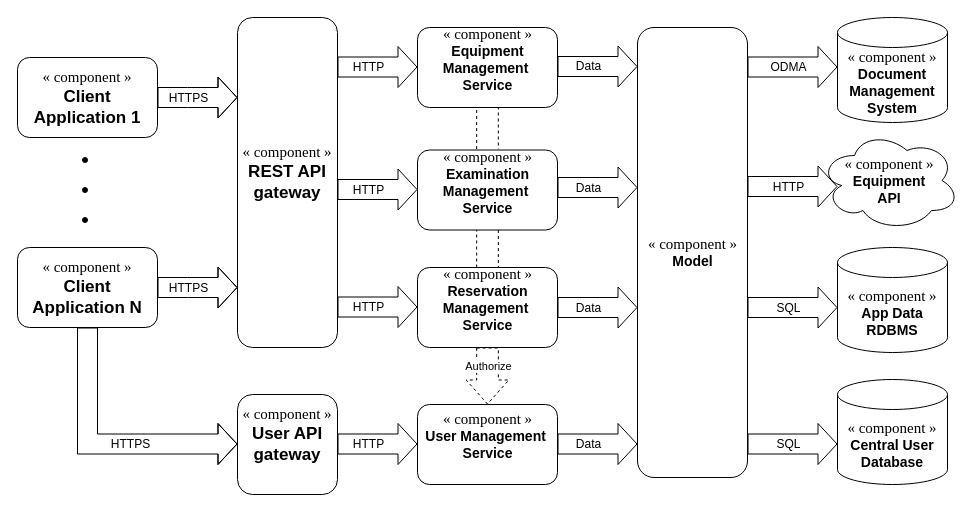
Above: img/src/CnC.drawio in patmach/DocSwArch (draw.io), before the change. Source tidied: cells renumbered, new cells numbered last; positions are measured from the earlier drawing's top-left corner, leaving out a move shared by most shapes. Both pictures are drawn from the tidied source at 100%, with x=0, y=0 at pixel (17, 17).
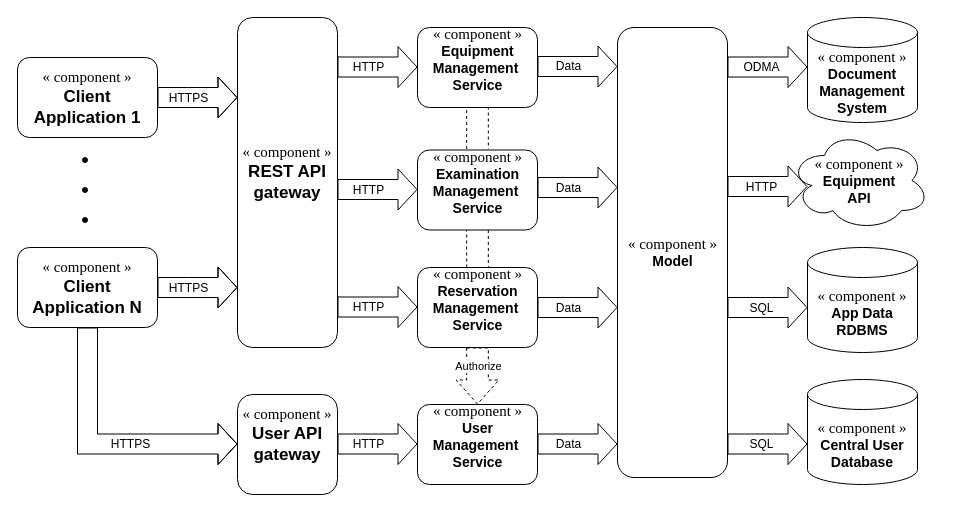
The same diagram, later.

Change to the diagram source:
```diff
@@
     <mxCell id="2" value="&lt;font face=&quot;Garamond&quot;&gt;&lt;font style=&quot;font-size: 15px&quot;&gt;«&amp;nbsp;component&amp;nbsp;»&lt;/font&gt;&lt;br&gt;&lt;/font&gt;&lt;b style=&quot;font-size: 14px&quot;&gt;Equipment&lt;br&gt;API&lt;/b&gt;" style="ellipse;shape=cloud;whiteSpace=wrap;html=1;" parent="1" vertex="1">
-      <mxGeometry x="802" y="113" width="140" height="100" as="geometry" />
+      <mxGeometry x="772" y="113" width="140" height="100" as="geometry" />
     </mxCell>
@@
     <mxCell id="18" value="&lt;font face=&quot;Garamond&quot;&gt;&lt;font style=&quot;font-size: 15px&quot;&gt;« &lt;font style=&quot;font-size: 15px&quot;&gt;component &lt;/font&gt;»&lt;/font&gt;&lt;br&gt;&lt;/font&gt;&lt;b style=&quot;font-size: 14px&quot;&gt;&lt;span&gt;Reservation&lt;br&gt;Management&amp;nbsp;&lt;/span&gt;&lt;br&gt;&lt;span&gt;Service&lt;/span&gt;&lt;br&gt;&lt;br&gt;&lt;/b&gt;" style="html=1;fontSize=12;rounded=1;" parent="1" vertex="1">
-      <mxGeometry x="400" y="250" width="140" height="80" as="geometry" />
+      <mxGeometry x="400" y="250" width="120" height="80" as="geometry" />
     </mxCell>
     <mxCell id="19" style="edgeStyle=orthogonalEdgeStyle;shape=link;rounded=0;orthogonalLoop=1;jettySize=auto;html=1;exitX=0.5;exitY=1;exitDx=0;exitDy=0;entryX=0.5;entryY=0;entryDx=0;entryDy=0;dashed=1;width=21.666666666666668;" parent="1" edge="1">
       <mxGeometry relative="1" as="geometry">
-        <mxPoint x="470" y="89" as="sourcePoint" />
-        <mxPoint x="470" y="131.5" as="targetPoint" />
+        <mxPoint x="460" y="89" as="sourcePoint" />
+        <mxPoint x="460" y="131.5" as="targetPoint" />
         <Array as="points">
           <mxPoint x="500" y="110" />
           <mxPoint x="500" y="110" />
         </Array>
       </mxGeometry>
     </mxCell>
     <mxCell id="20" value="&lt;font face=&quot;Garamond&quot;&gt;&lt;font style=&quot;font-size: 15px&quot;&gt;« &lt;font style=&quot;font-size: 15px&quot;&gt;component &lt;/font&gt;»&lt;/font&gt;&lt;br&gt;&lt;/font&gt;&lt;b style=&quot;font-size: 14px&quot;&gt;&lt;span&gt;Equipment&lt;br&gt;Management&amp;nbsp;&lt;/span&gt;&lt;br&gt;&lt;span&gt;Service&lt;/span&gt;&lt;br&gt;&lt;br&gt;&lt;/b&gt;" style="html=1;fontSize=12;rounded=1;" parent="1" vertex="1">
-      <mxGeometry x="400" y="10" width="140" height="80" as="geometry" />
+      <mxGeometry x="400" y="10" width="120" height="80" as="geometry" />
     </mxCell>
@@
     <mxCell id="28" value="&lt;font face=&quot;Garamond&quot;&gt;&lt;font style=&quot;font-size: 15px&quot;&gt;« &lt;font style=&quot;font-size: 15px&quot;&gt;component &lt;/font&gt;»&lt;/font&gt;&lt;br&gt;&lt;/font&gt;&lt;b style=&quot;font-size: 14px&quot;&gt;&lt;span&gt;Examination&lt;br&gt;Management&amp;nbsp;&lt;/span&gt;&lt;br&gt;&lt;span&gt;Service&lt;/span&gt;&lt;br&gt;&lt;br&gt;&lt;/b&gt;" style="html=1;fontSize=12;rounded=1;" parent="1" vertex="1">
-      <mxGeometry x="400" y="132.5" width="140" height="80" as="geometry" />
+      <mxGeometry x="400" y="132.5" width="120" height="80" as="geometry" />
     </mxCell>
@@
-    <mxCell id="31" value="&lt;font face=&quot;Garamond&quot;&gt;&lt;font style=&quot;font-size: 15px&quot;&gt;« &lt;font style=&quot;font-size: 15px&quot;&gt;component &lt;/font&gt;»&lt;/font&gt;&lt;br&gt;&lt;/font&gt;&lt;b style=&quot;font-size: 14px&quot;&gt;&lt;span&gt;User Management&amp;nbsp;&lt;/span&gt;&lt;br&gt;&lt;span&gt;Service&lt;/span&gt;&lt;br&gt;&lt;br&gt;&lt;/b&gt;" style="html=1;fontSize=12;rounded=1;" parent="1" vertex="1">
-      <mxGeometry x="400" y="387" width="140" height="80" as="geometry" />
+    <mxCell id="31" value="&lt;font face=&quot;Garamond&quot;&gt;&lt;font style=&quot;font-size: 15px&quot;&gt;« &lt;font style=&quot;font-size: 15px&quot;&gt;component &lt;/font&gt;»&lt;/font&gt;&lt;br&gt;&lt;/font&gt;&lt;b style=&quot;font-size: 14px&quot;&gt;&lt;span&gt;User&lt;br&gt;Management&amp;nbsp;&lt;/span&gt;&lt;br&gt;&lt;span&gt;Service&lt;/span&gt;&lt;br&gt;&lt;br&gt;&lt;/b&gt;" style="html=1;fontSize=12;rounded=1;" parent="1" vertex="1">
+      <mxGeometry x="400" y="387" width="120" height="80" as="geometry" />
     </mxCell>
@@
     <mxCell id="34" value="&lt;font face=&quot;Garamond&quot;&gt;&lt;font style=&quot;font-size: 15px&quot;&gt;«&amp;nbsp;component&amp;nbsp;»&lt;/font&gt;&lt;br&gt;&lt;/font&gt;&lt;b style=&quot;font-size: 14px&quot;&gt;Model&lt;br&gt;&lt;/b&gt;" style="html=1;fontSize=12;rounded=1;" parent="1" vertex="1">
-      <mxGeometry x="620" y="10" width="110" height="450" as="geometry" />
+      <mxGeometry x="600" y="10" width="110" height="450" as="geometry" />
     </mxCell>
     <mxCell id="35" style="edgeStyle=orthogonalEdgeStyle;rounded=0;orthogonalLoop=1;jettySize=auto;html=1;fontSize=17;shape=flexArrow;targetPerimeterSpacing=0;width=20;endSize=6;exitX=1;exitY=0.5;exitDx=0;exitDy=0;entryX=0;entryY=0.5;entryDx=0;entryDy=0;" parent="1" edge="1">
       <mxGeometry relative="1" as="geometry">
-        <mxPoint x="540" y="49" as="sourcePoint" />
-        <mxPoint x="620" y="49" as="targetPoint" />
+        <mxPoint x="520" y="49" as="sourcePoint" />
+        <mxPoint x="600" y="49" as="targetPoint" />
         <Array as="points">
-          <mxPoint x="620" y="49" />
+          <mxPoint x="600" y="49" />
         </Array>
       </mxGeometry>
     </mxCell>
@@
     <mxCell id="37" style="edgeStyle=orthogonalEdgeStyle;rounded=0;orthogonalLoop=1;jettySize=auto;html=1;fontSize=17;shape=flexArrow;targetPerimeterSpacing=0;width=20;endSize=6;exitX=1;exitY=0.5;exitDx=0;exitDy=0;entryX=0;entryY=0.5;entryDx=0;entryDy=0;" parent="1" edge="1">
       <mxGeometry relative="1" as="geometry">
-        <mxPoint x="540" y="170" as="sourcePoint" />
-        <mxPoint x="620" y="170" as="targetPoint" />
+        <mxPoint x="520" y="170" as="sourcePoint" />
+        <mxPoint x="600" y="170" as="targetPoint" />
         <Array as="points">
-          <mxPoint x="620" y="170" />
+          <mxPoint x="600" y="170" />
         </Array>
       </mxGeometry>
     </mxCell>
@@
     <mxCell id="39" value="&lt;font face=&quot;Garamond&quot;&gt;&lt;font style=&quot;font-size: 15px&quot;&gt;«&amp;nbsp;component&amp;nbsp;»&lt;/font&gt;&lt;br&gt;&lt;/font&gt;&lt;b style=&quot;font-size: 14px&quot;&gt;Document Management System&lt;/b&gt;" style="shape=cylinder3;whiteSpace=wrap;html=1;boundedLbl=1;backgroundOutline=1;size=15;fontSize=12;" parent="1" vertex="1">
-      <mxGeometry x="820" width="110" height="105" as="geometry" />
+      <mxGeometry x="790" width="110" height="105" as="geometry" />
     </mxCell>
     <mxCell id="40" value="&lt;font face=&quot;Garamond&quot;&gt;&lt;font style=&quot;font-size: 15px&quot;&gt;«&amp;nbsp;component&amp;nbsp;»&lt;/font&gt;&lt;br&gt;&lt;/font&gt;&lt;b style=&quot;font-size: 14px&quot;&gt;App Data RDBMS&lt;/b&gt;" style="shape=cylinder3;whiteSpace=wrap;html=1;boundedLbl=1;backgroundOutline=1;size=15;fontSize=12;" parent="1" vertex="1">
-      <mxGeometry x="820" y="230" width="110" height="105" as="geometry" />
+      <mxGeometry x="790" y="230" width="110" height="105" as="geometry" />
     </mxCell>
     <mxCell id="41" value="&lt;font face=&quot;Garamond&quot;&gt;&lt;font style=&quot;font-size: 15px&quot;&gt;«&amp;nbsp;component&amp;nbsp;»&lt;/font&gt;&lt;br&gt;&lt;/font&gt;&lt;b style=&quot;font-size: 14px&quot;&gt;Central User Database&lt;/b&gt;" style="shape=cylinder3;whiteSpace=wrap;html=1;boundedLbl=1;backgroundOutline=1;size=15;fontSize=12;" parent="1" vertex="1">
-      <mxGeometry x="820" y="362" width="110" height="105" as="geometry" />
+      <mxGeometry x="790" y="362" width="110" height="105" as="geometry" />
     </mxCell>
     <mxCell id="42" style="edgeStyle=orthogonalEdgeStyle;rounded=0;orthogonalLoop=1;jettySize=auto;html=1;fontSize=17;shape=flexArrow;targetPerimeterSpacing=0;width=20;endSize=6;exitX=1;exitY=0.5;exitDx=0;exitDy=0;entryX=0;entryY=0.5;entryDx=0;entryDy=0;" parent="1" edge="1">
       <mxGeometry relative="1" as="geometry">
-        <mxPoint x="540" y="426.5" as="sourcePoint" />
-        <mxPoint x="620" y="426.5" as="targetPoint" />
+        <mxPoint x="520" y="426.5" as="sourcePoint" />
+        <mxPoint x="600" y="426.5" as="targetPoint" />
         <Array as="points">
-          <mxPoint x="620" y="426.5" />
+          <mxPoint x="600" y="426.5" />
         </Array>
       </mxGeometry>
     </mxCell>
@@
     <mxCell id="44" style="edgeStyle=orthogonalEdgeStyle;rounded=0;orthogonalLoop=1;jettySize=auto;html=1;fontSize=17;shape=flexArrow;targetPerimeterSpacing=0;width=20;endSize=6;entryX=0;entryY=0.5;entryDx=0;entryDy=0;" parent="1" edge="1">
       <mxGeometry relative="1" as="geometry">
-        <mxPoint x="730" y="290" as="sourcePoint" />
-        <mxPoint x="820" y="290" as="targetPoint" />
+        <mxPoint x="710" y="290" as="sourcePoint" />
+        <mxPoint x="790" y="290" as="targetPoint" />
       </mxGeometry>
     </mxCell>
@@
     <mxCell id="48" style="edgeStyle=orthogonalEdgeStyle;rounded=0;orthogonalLoop=1;jettySize=auto;html=1;fontSize=17;shape=flexArrow;targetPerimeterSpacing=0;width=20;endSize=6;entryX=0;entryY=0.5;entryDx=0;entryDy=0;" parent="1" edge="1">
       <mxGeometry relative="1" as="geometry">
-        <mxPoint x="730" y="426.5" as="sourcePoint" />
-        <mxPoint x="820" y="426.5" as="targetPoint" />
+        <mxPoint x="710" y="426.5" as="sourcePoint" />
+        <mxPoint x="790" y="426.5" as="targetPoint" />
       </mxGeometry>
     </mxCell>
@@
     <mxCell id="50" style="edgeStyle=orthogonalEdgeStyle;rounded=0;orthogonalLoop=1;jettySize=auto;html=1;fontSize=17;shape=flexArrow;targetPerimeterSpacing=0;width=20;endSize=6;exitX=1;exitY=0.5;exitDx=0;exitDy=0;entryX=0;entryY=0.5;entryDx=0;entryDy=0;" parent="1" edge="1">
       <mxGeometry relative="1" as="geometry">
-        <mxPoint x="540" y="290" as="sourcePoint" />
-        <mxPoint x="620" y="290" as="targetPoint" />
+        <mxPoint x="520" y="290" as="sourcePoint" />
+        <mxPoint x="600" y="290" as="targetPoint" />
         <Array as="points">
-          <mxPoint x="620" y="290" />
+          <mxPoint x="600" y="290" />
         </Array>
       </mxGeometry>
     </mxCell>
@@
     <mxCell id="52" style="edgeStyle=orthogonalEdgeStyle;rounded=0;orthogonalLoop=1;jettySize=auto;html=1;fontSize=17;shape=flexArrow;targetPerimeterSpacing=0;width=20;endSize=6;entryX=0;entryY=0.5;entryDx=0;entryDy=0;" parent="1" edge="1">
       <mxGeometry relative="1" as="geometry">
-        <mxPoint x="730" y="49.5" as="sourcePoint" />
-        <mxPoint x="820" y="49.5" as="targetPoint" />
+        <mxPoint x="710" y="49.5" as="sourcePoint" />
+        <mxPoint x="790" y="49.5" as="targetPoint" />
       </mxGeometry>
     </mxCell>
@@
     <mxCell id="54" style="edgeStyle=orthogonalEdgeStyle;rounded=0;orthogonalLoop=1;jettySize=auto;html=1;fontSize=17;shape=flexArrow;targetPerimeterSpacing=0;width=20;endSize=6;entryX=0;entryY=0.5;entryDx=0;entryDy=0;" parent="1" edge="1">
       <mxGeometry relative="1" as="geometry">
-        <mxPoint x="730" y="169" as="sourcePoint" />
-        <mxPoint x="820" y="169" as="targetPoint" />
+        <mxPoint x="710" y="169" as="sourcePoint" />
+        <mxPoint x="790" y="169" as="targetPoint" />
       </mxGeometry>
     </mxCell>
```
